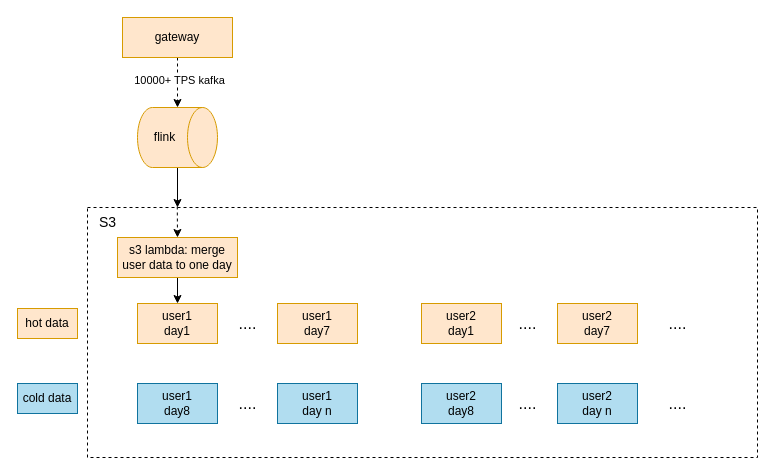
jackjoesh/databend keeps this draw.io diagram as page "第 1 页" (1 of 2) of doc/用户行为日志.drawio. Above is the earlier version. Source tidied: cells renumbered, new cells numbered last; positions are measured from the earlier drawing's top-left corner, leaving out a move shared by most shapes. Both pictures are drawn from the tidied source at 100%, with x=0, y=0 at pixel (17, 17).
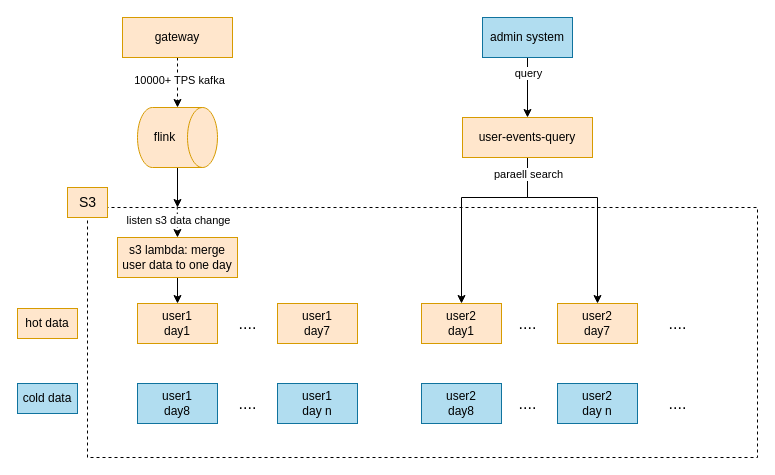
The same diagram, later.

Commit message:
更新用户行为日志.drawio

The change refers to these unchanged cells:
```xml
<mxCell id="5" value="user2&lt;br&gt;day1" style="rounded=0;whiteSpace=wrap;html=1;fillColor=#ffe6cc;strokeColor=#d79b00;" parent="1" vertex="1">
  <mxGeometry x="404" y="286" width="80" height="40" as="geometry" />
</mxCell>
<mxCell id="6" value="user2&lt;br&gt;day7" style="rounded=0;whiteSpace=wrap;html=1;fillColor=#ffe6cc;strokeColor=#d79b00;" parent="1" vertex="1">
  <mxGeometry x="540" y="286" width="80" height="40" as="geometry" />
</mxCell>
<mxCell id="24" style="endArrow=classic;html=1;rounded=0;exitX=0.134;exitY=-0.004;exitDx=0;exitDy=0;exitPerimeter=0;dashed=1;" parent="1" edge="1" source="2">
  <mxGeometry relative="1" as="geometry">
    <mxPoint x="160" y="220" as="targetPoint" />
  </mxGeometry>
</mxCell>
```

Diff of the diagram source:
```diff
@@
-    <mxCell id="13" value="S3" style="text;html=1;align=center;verticalAlign=middle;fillColor=none;strokeColor=none;rounded=0;fontSize=14;" parent="1" vertex="1">
-      <mxGeometry x="70" y="190" width="40" height="30" as="geometry" />
+    <mxCell id="13" value="S3" style="text;html=1;align=center;verticalAlign=middle;fillColor=#ffe6cc;strokeColor=#d79b00;rounded=0;fontSize=14;" parent="1" vertex="1">
+      <mxGeometry x="50" y="170" width="40" height="30" as="geometry" />
     </mxCell>
@@
+    <mxCell id="28" value="listen s3 data change" style="edgeLabel;html=1;align=center;verticalAlign=middle;" parent="24" vertex="1">
+      <mxGeometry x="-0.1" y="1" relative="1" as="geometry" />
+    </mxCell>
@@
+    <mxCell id="29" style="edgeStyle=none;rounded=0;jettySize=auto;html=1;exitX=0.5;exitY=1;exitDx=0;exitDy=0;entryX=0.5;entryY=0;entryDx=0;entryDy=0;" parent="1" edge="1" source="32" target="5">
+      <mxGeometry relative="1" as="geometry">
+        <Array as="points">
+          <mxPoint x="510" y="180" />
+          <mxPoint x="444" y="180" />
+        </Array>
+      </mxGeometry>
+    </mxCell>
+    <mxCell id="30" style="edgeStyle=none;rounded=0;jettySize=auto;html=1;exitX=0.5;exitY=1;exitDx=0;exitDy=0;entryX=0.5;entryY=0;entryDx=0;entryDy=0;" parent="1" edge="1" source="32" target="6">
+      <mxGeometry relative="1" as="geometry">
+        <Array as="points">
+          <mxPoint x="510" y="180" />
+          <mxPoint x="580" y="180" />
+        </Array>
+      </mxGeometry>
+    </mxCell>
+    <mxCell id="31" value="paraell search" style="edgeLabel;html=1;align=center;verticalAlign=middle;" parent="30" vertex="1">
+      <mxGeometry x="-0.85" relative="1" as="geometry" />
+    </mxCell>
+    <mxCell id="32" value="user-events-query" style="rounded=0;whiteSpace=wrap;html=1;fillColor=#ffe6cc;strokeColor=#d79b00;" parent="1" vertex="1">
+      <mxGeometry x="445" y="100" width="130" height="40" as="geometry" />
+    </mxCell>
+    <mxCell id="33" style="edgeStyle=none;rounded=0;jettySize=auto;html=1;" parent="1" edge="1" source="35" target="32">
+      <mxGeometry relative="1" as="geometry" />
+    </mxCell>
+    <mxCell id="34" value="query" style="edgeLabel;html=1;align=center;verticalAlign=middle;" parent="33" vertex="1">
+      <mxGeometry x="-0.5" relative="1" as="geometry" />
+    </mxCell>
+    <mxCell id="35" value="admin system" style="rounded=0;whiteSpace=wrap;html=1;fillColor=#b1ddf0;strokeColor=#10739e;" parent="1" vertex="1">
+      <mxGeometry x="465" width="90" height="40" as="geometry" />
+    </mxCell>
```
